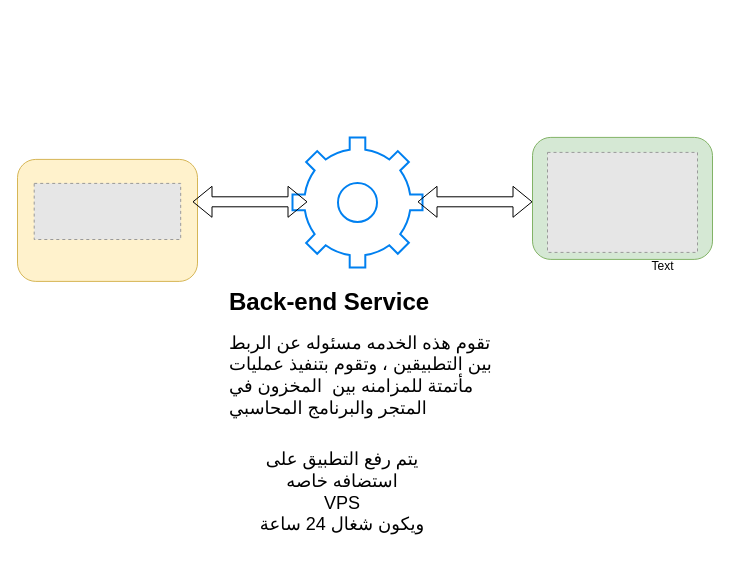
This is propposa..drawio from tarikwaleed/diagrams, a draw.io file, before an edit. Source tidied: cells renumbered, new cells numbered last; positions are measured from the earlier drawing's top-left corner, leaving out a move shared by most shapes. Both pictures are drawn from the tidied source at 100%, with x=0, y=0 at pixel (17, 137). Pictures stored in the file or linked from it are replaced by grey dashed boxes.
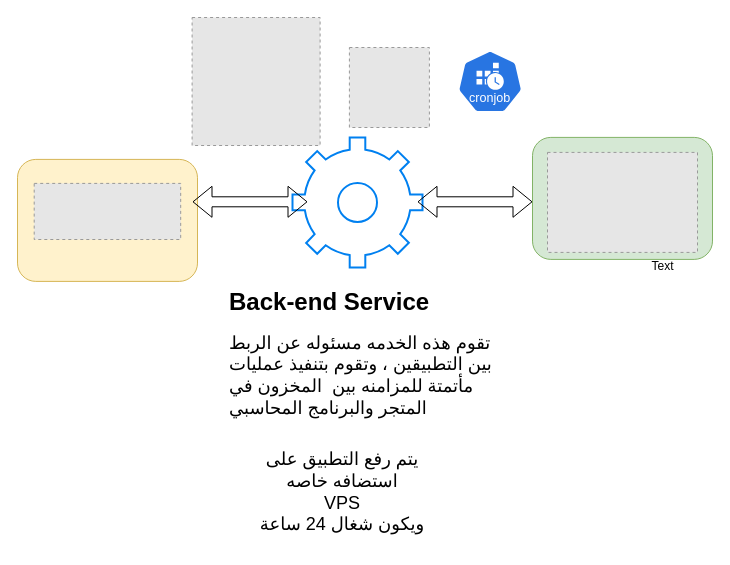
The same diagram, later.

The edit, as a diff of the source:
```diff
@@
 <mxGraphModel>
   <root>
     <mxCell id="0" />
     <mxCell id="1" parent="0" />
     <mxCell id="2" style="rounded=1;whiteSpace=wrap;html=1;fillColor=#fff2cc;strokeColor=#d6b656;" parent="1" vertex="1">
       <mxGeometry y="21.9" width="180" height="122" as="geometry" />
     </mxCell>
     <mxCell id="3" style="fillColor=#E6E6E6;strokeColor=#999999;dashed=1;verticalLabelPosition=bottom;labelBackgroundColor=default;verticalAlign=top;" parent="1" vertex="1">
       <mxGeometry x="16.7" y="45.9" width="146.5" height="56.1" as="geometry" />
     </mxCell>
     <mxCell id="4" style="rounded=1;whiteSpace=wrap;html=1;fillColor=#d5e8d4;strokeColor=#82b366;fontSize=15;" parent="1" vertex="1">
       <mxGeometry x="515" y="-0.1" width="180" height="122" as="geometry" />
     </mxCell>
     <mxCell id="5" style="fillColor=#E6E6E6;strokeColor=#999999;dashed=1;verticalLabelPosition=bottom;labelBackgroundColor=default;verticalAlign=top;" parent="1" vertex="1">
       <mxGeometry x="530" y="14.9" width="150" height="100" as="geometry" />
     </mxCell>
     <mxCell id="6" value="Text" style="text;html=1;align=center;verticalAlign=middle;strokeColor=none;fillColor=none;" parent="1" vertex="1">
       <mxGeometry x="620" y="113.9" width="50" height="30" as="geometry" />
     </mxCell>
     <mxCell id="7" style="html=1;verticalLabelPosition=bottom;align=center;labelBackgroundColor=#ffffff;verticalAlign=top;strokeWidth=2;strokeColor=#0080F0;shadow=0;dashed=0;shape=mxgraph.ios7.icons.settings;" parent="1" vertex="1">
       <mxGeometry x="275" y="-0.1" width="130" height="130" as="geometry" />
     </mxCell>
     <mxCell id="8" style="shape=flexArrow;endArrow=classic;startArrow=classic;html=1;rounded=0;" parent="1" edge="1">
       <mxGeometry relative="1" as="geometry">
         <mxPoint x="175" y="64.3" as="sourcePoint" />
         <mxPoint x="290" y="64.3" as="targetPoint" />
       </mxGeometry>
     </mxCell>
     <mxCell id="9" style="shape=flexArrow;endArrow=classic;startArrow=classic;html=1;rounded=0;" parent="1" edge="1">
       <mxGeometry relative="1" as="geometry">
         <mxPoint x="400" y="64.3" as="sourcePoint" />
         <mxPoint x="515" y="64.3" as="targetPoint" />
       </mxGeometry>
     </mxCell>
     <mxCell id="10" value="&lt;h1 style=&quot;margin-top: 0px;&quot;&gt;Back-end Service&lt;/h1&gt;&lt;p&gt;&lt;font style=&quot;font-size: 18px;&quot;&gt;تقوم هذه الخدمه مسئوله عن الربط بين التطبيقين ، وتقوم بتنفيذ عمليات مأتمتة للمزامنه بين&amp;nbsp; المخزون في المتجر والبرنامج المحاسبي&lt;/font&gt;&lt;/p&gt;" style="text;html=1;whiteSpace=wrap;overflow=hidden;rounded=0;" parent="1" vertex="1">
       <mxGeometry x="210" y="143.9" width="270" height="196.1" as="geometry" />
     </mxCell>
     <mxCell id="11" value="&lt;font style=&quot;font-size: 18px;&quot;&gt;يتم رفع التطبيق على استضافه خاصه&lt;br&gt;VPS&lt;br&gt;ويكون شغال 24 ساعة&lt;/font&gt;" style="text;html=1;align=center;verticalAlign=middle;whiteSpace=wrap;rounded=0;strokeWidth=5;" parent="1" vertex="1">
       <mxGeometry x="230" y="300" width="190" height="110" as="geometry" />
     </mxCell>
+    <mxCell id="12" style="fillColor=#E6E6E6;strokeColor=#999999;dashed=1;html=1;verticalAlign=top;verticalLabelPosition=bottom;labelBackgroundColor=#ffffff;" parent="1" vertex="1">
+      <mxGeometry x="331.9" y="-90" width="80" height="80" as="geometry" />
+    </mxCell>
+    <mxCell id="13" style="sketch=0;html=1;dashed=0;whitespace=wrap;verticalLabelPosition=bottom;verticalAlign=top;fillColor=#2875E2;strokeColor=#ffffff;shape=mxgraph.kubernetes.icon2;kubernetesLabel=1;prIcon=cronjob;" parent="1" vertex="1">
+      <mxGeometry x="439.9" y="-87.4" width="65.5" height="62.9" as="geometry" />
+    </mxCell>
+    <mxCell id="14" style="fillColor=#E6E6E6;strokeColor=#999999;dashed=1;html=1;verticalAlign=top;verticalLabelPosition=bottom;labelBackgroundColor=#ffffff;" parent="1" vertex="1">
+      <mxGeometry x="174.6" y="-120" width="128" height="128" as="geometry" />
+    </mxCell>
   </root>
 </mxGraphModel>
```
